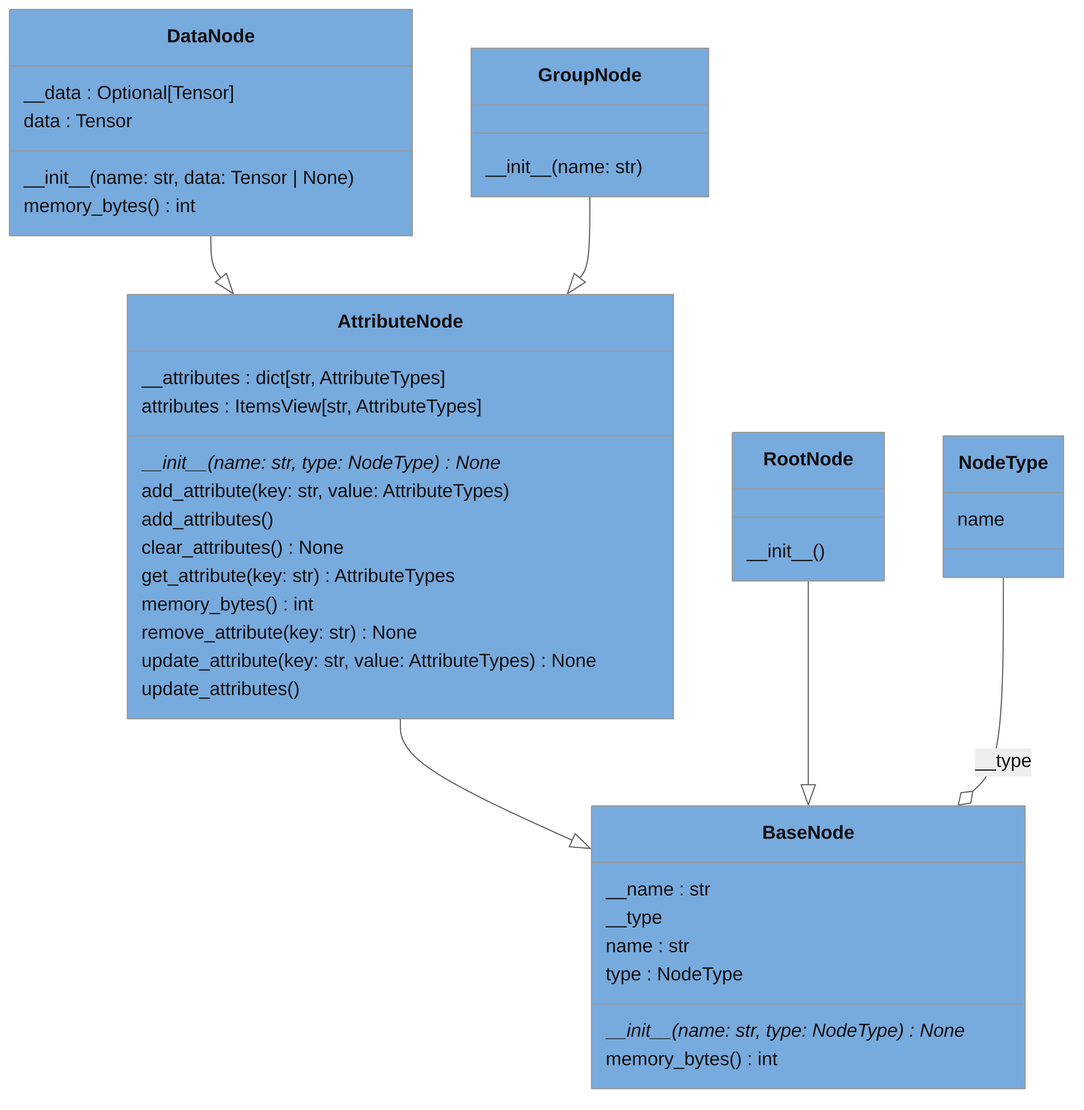
voidsy-gmbh/pyThermoNDT keeps this Mermaid diagram as docs/pyreverse/images/classes_Node_Hierarchy.png. Above is the earlier version. Its source is kept beside it as docs/pyreverse/mermaid/classes_Node_Hierarchy.mmd.
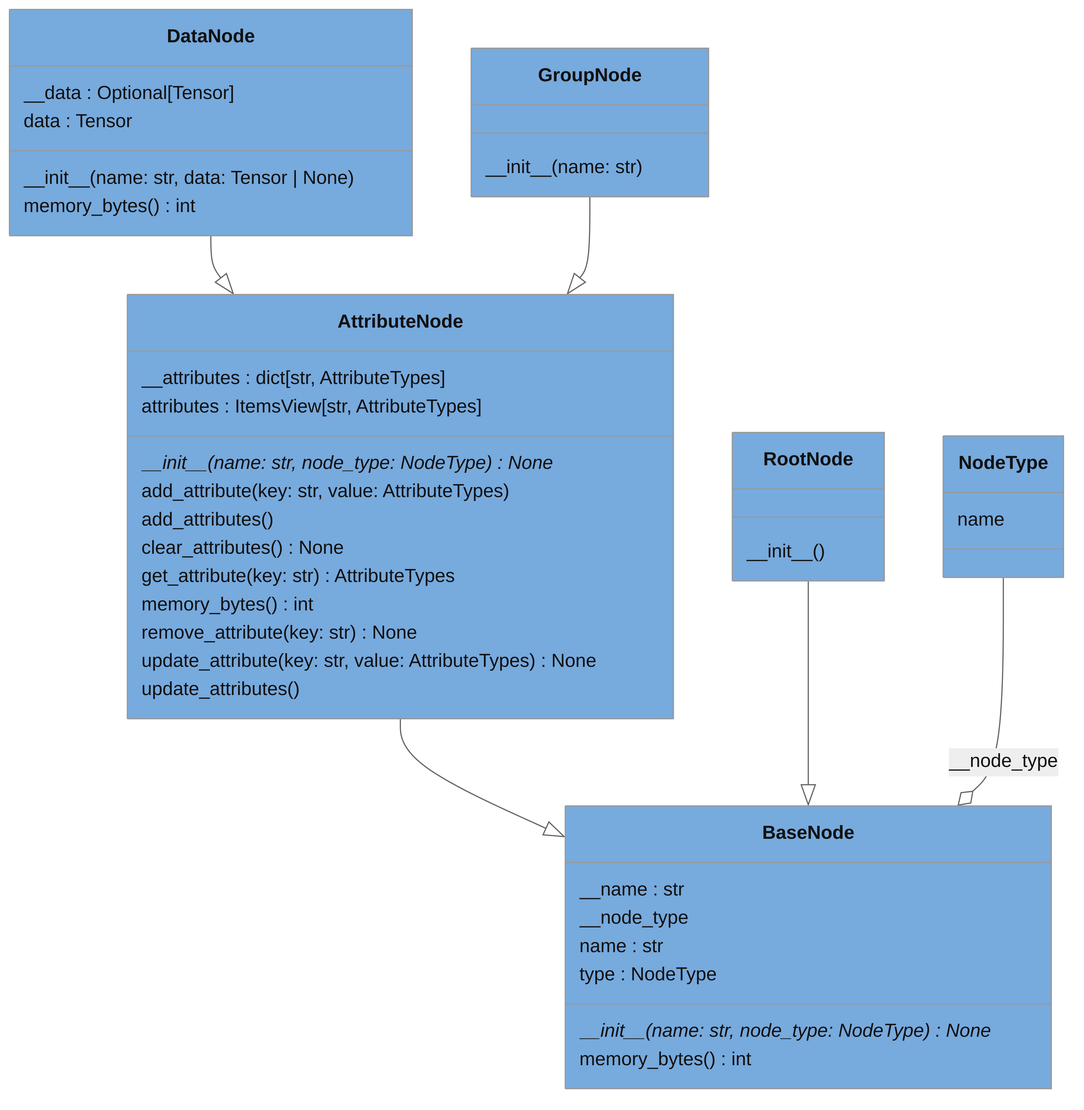
The same diagram one commit later.

Diff of the diagram source:
```diff
@@ -2,7 +2,7 @@
   class AttributeNode {
     \_\_attributes : dict[str, AttributeTypes]
     attributes : ItemsView[str, AttributeTypes]
-    \_\_init\_\_(name: str, type: NodeType)* None
+    \_\_init\_\_(name: str, node_type: NodeType)* None
     add_attribute(key: str, value: AttributeTypes)
     add_attributes()
     clear_attributes() None
@@ -15,10 +15,10 @@
   style AttributeNode fill:#77AADD
   class BaseNode {
     \_\_name : str
-    \_\_type
+    \_\_node_type
     name : str
     type : NodeType
-    \_\_init\_\_(name: str, type: NodeType)* None
+    \_\_init\_\_(name: str, node_type: NodeType)* None
     memory_bytes() int
   }
   style BaseNode fill:#77AADD
@@ -45,4 +45,4 @@
   DataNode --|> AttributeNode
   GroupNode --|> AttributeNode
   RootNode --|> BaseNode
-  NodeType --o BaseNode : \_\_type
+  NodeType --o BaseNode : \_\_node_type
```
